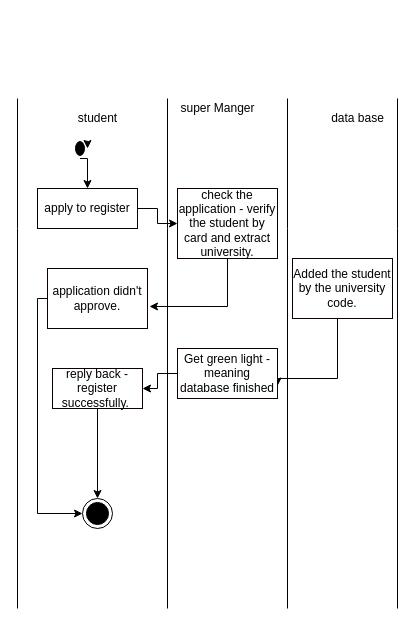
Above: documents/Activity diagram.drawio in nadavsuissa/WeStudent (draw.io), before the change. Source tidied: cells renumbered, new cells numbered last; positions are measured from the earlier drawing's top-left corner, leaving out a move shared by most shapes. Both pictures are drawn from the tidied source at 100%, with x=0, y=0 at pixel (17, 98).
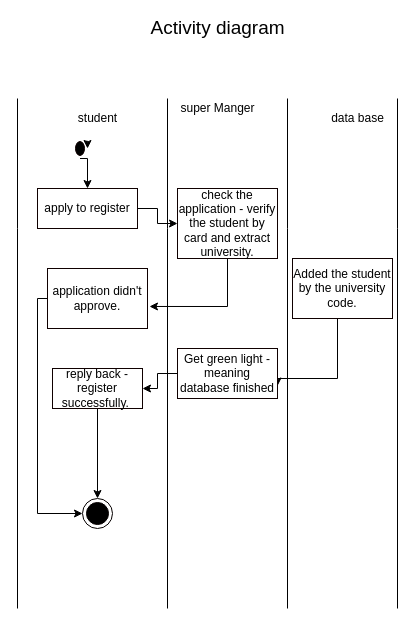
The same page after the edit.

Change to the diagram source:
```diff
@@
+    <mxCell id="25" value="&lt;font style=&quot;font-size: 19px&quot;&gt;Activity diagram&lt;/font&gt;" style="text;html=1;align=center;verticalAlign=middle;strokeColor=none;" parent="1" vertex="1">
+      <mxGeometry x="125" y="-80" width="150" height="20" as="geometry" />
+    </mxCell>
```
